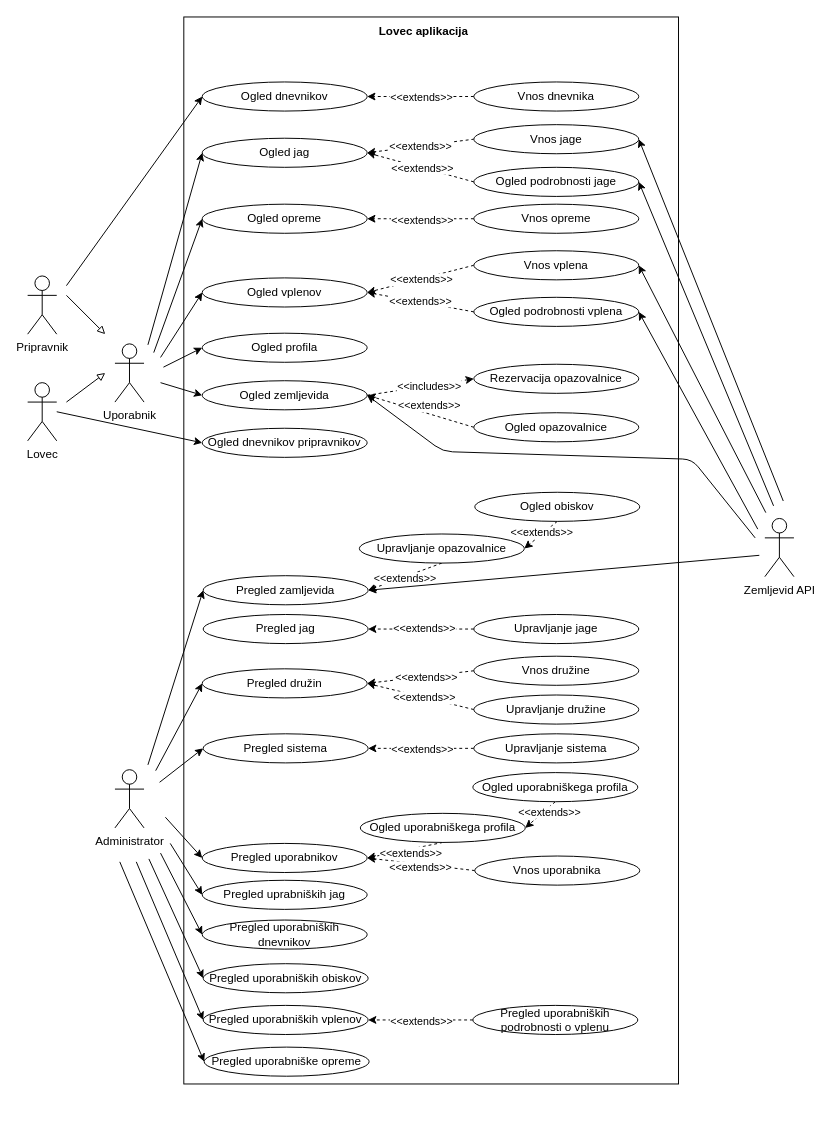
The draw.io diagram docs/uml/dpu.drawio in janmerhar/lovec, before the edit. Source tidied: cells renumbered, new cells numbered last; positions are measured from the earlier drawing's top-left corner, leaving out a move shared by most shapes. Both pictures are drawn from the tidied source at 97%, with x=0, y=0 at pixel (27, 16).
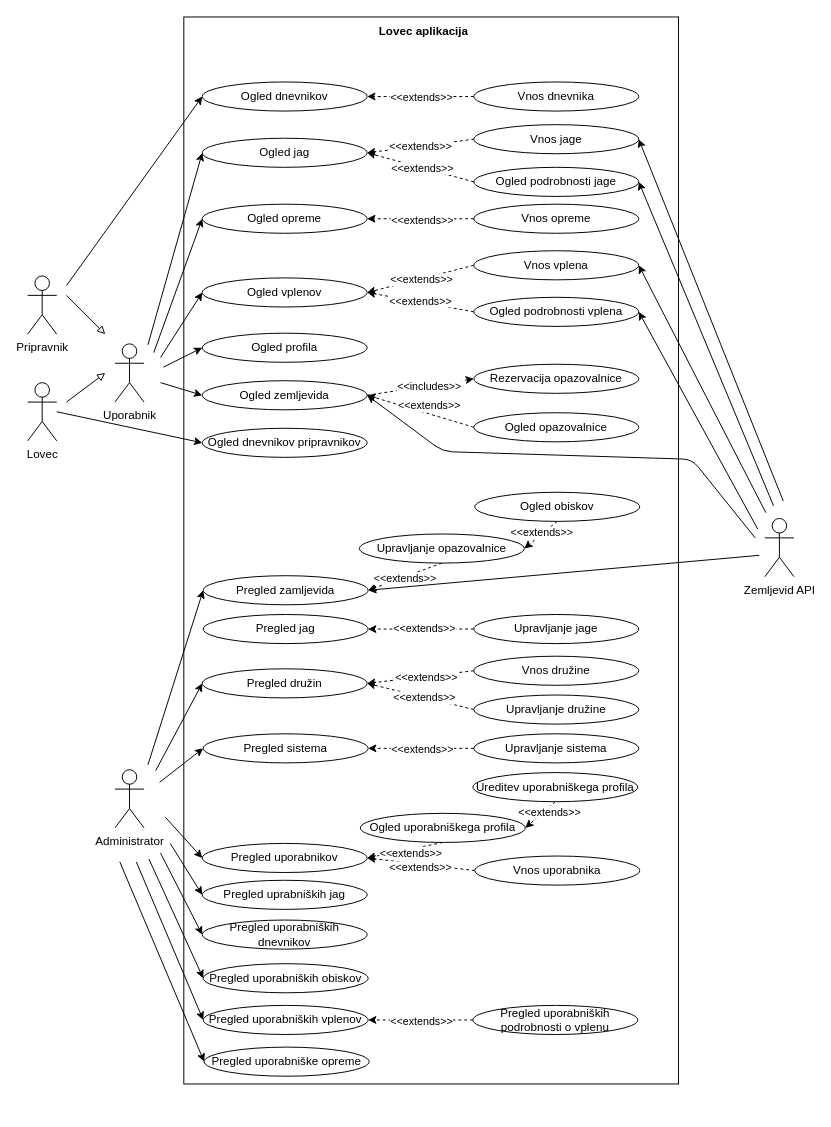
After the change.

Unchanged cells that the change refers to:
```xml
<mxCell id="9" style="group;" parent="1" vertex="1">
  <mxGeometry x="160" y="27" width="510" height="1100" as="geometry" />
</mxCell>
```

What changed in the source:
```diff
@@
-    <mxCell id="73" value="Ogled uporabniškega profila" style="ellipse;whiteSpace=wrap;html=1;" parent="9" vertex="1">
+    <mxCell id="73" value="Ureditev uporabniškega profila" style="ellipse;whiteSpace=wrap;html=1;" parent="9" vertex="1">
       <mxGeometry x="299" y="752" width="170" height="30" as="geometry" />
     </mxCell>
```
